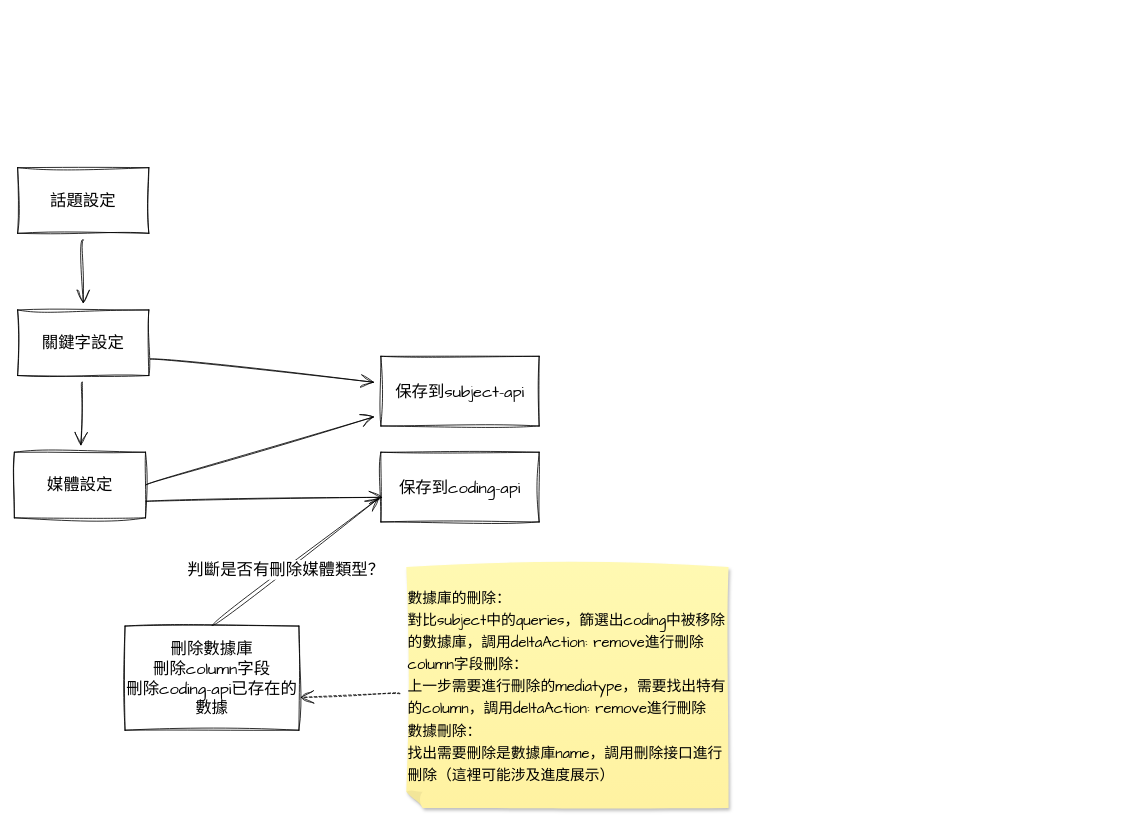
YaoKaiPeng/z-my-draw.io keeps this draw.io diagram as draw/DiVoMiner話題設定流程.drawio. Above is the earlier version. Source tidied: cells renumbered, new cells numbered last; positions are measured from the earlier drawing's top-left corner, leaving out a move shared by most shapes. Both pictures are drawn from the tidied source at 82%, with x=0, y=0 at pixel (14, 167).
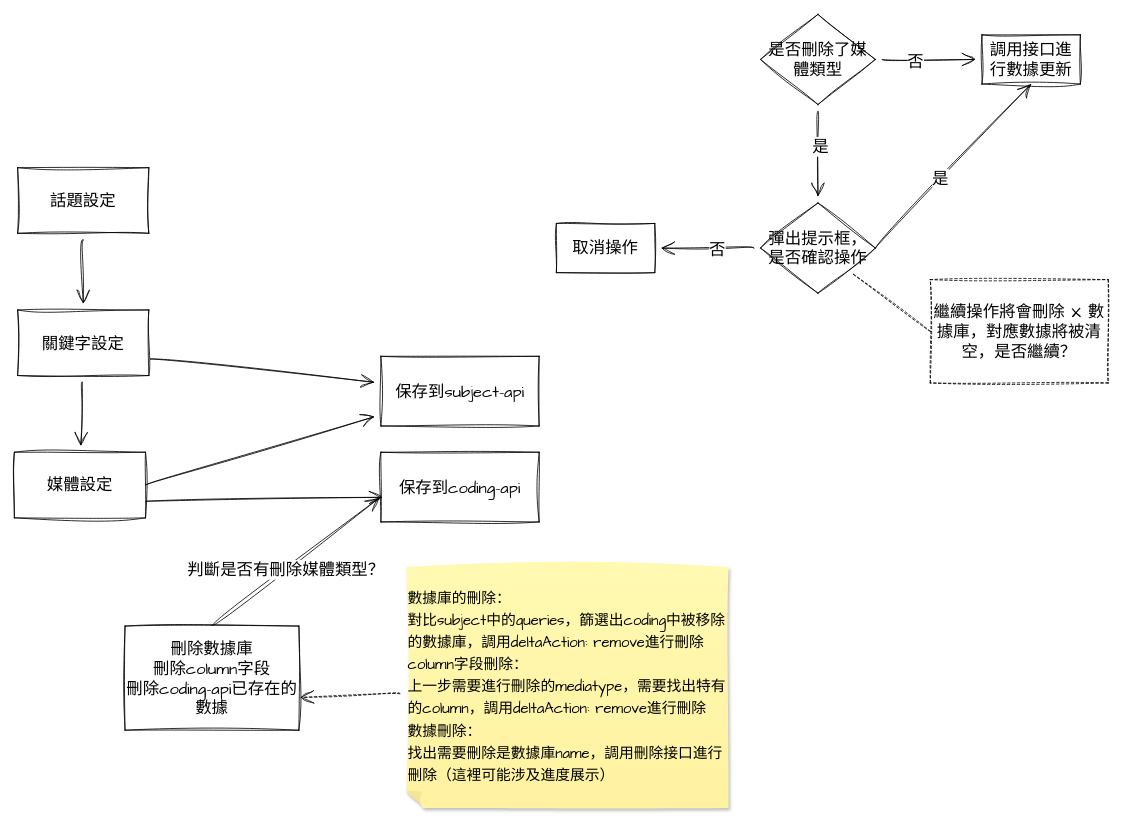
Above is the later version.

Commit message:
更新DiVoMiner話題設定流程.drawio

The edit, as a diff of the source:
```diff
@@
+    <mxCell id="17" style="edgeStyle=none;curved=1;rounded=0;sketch=1;hachureGap=4;jiggle=2;curveFitting=1;jettySize=auto;html=1;fontFamily=Architects Daughter;fontSize=16;endArrow=open;startSize=14;endSize=14;sourcePerimeterSpacing=8;targetPerimeterSpacing=8;" parent="1" edge="1" source="21" target="22">
+      <mxGeometry relative="1" as="geometry" />
+    </mxCell>
+    <mxCell id="18" value="否" style="edgeLabel;html=1;align=center;verticalAlign=middle;fontSize=20;fontFamily=Architects Daughter;" parent="17" vertex="1">
+      <mxGeometry x="-0.3" y="-2" relative="1" as="geometry" />
+    </mxCell>
+    <mxCell id="19" style="edgeStyle=none;curved=1;rounded=0;sketch=1;hachureGap=4;jiggle=2;curveFitting=1;jettySize=auto;html=1;fontFamily=Architects Daughter;fontSize=16;endArrow=open;startSize=14;endSize=14;sourcePerimeterSpacing=8;targetPerimeterSpacing=8;" parent="1" edge="1" source="21" target="27">
+      <mxGeometry relative="1" as="geometry" />
+    </mxCell>
+    <mxCell id="20" value="是" style="edgeLabel;html=1;align=center;verticalAlign=middle;fontSize=20;fontFamily=Architects Daughter;" parent="19" vertex="1">
+      <mxGeometry x="-0.19" y="2" relative="1" as="geometry" />
+    </mxCell>
+    <mxCell id="21" value="是否刪除了媒體類型" style="rhombus;whiteSpace=wrap;html=1;sketch=1;hachureGap=4;jiggle=2;curveFitting=1;fontFamily=Architects Daughter;fontSize=20;" parent="1" vertex="1">
+      <mxGeometry x="910" y="-187" width="140" height="110" as="geometry" />
+    </mxCell>
+    <mxCell id="22" value="調用接口進行數據更新" style="whiteSpace=wrap;html=1;fontSize=20;fontFamily=Architects Daughter;sketch=1;hachureGap=4;jiggle=2;curveFitting=1;" parent="1" vertex="1">
+      <mxGeometry x="1180" y="-162" width="120" height="60" as="geometry" />
+    </mxCell>
+    <mxCell id="23" style="edgeStyle=none;curved=1;rounded=0;sketch=1;hachureGap=4;jiggle=2;curveFitting=1;jettySize=auto;html=1;exitX=1;exitY=0.5;exitDx=0;exitDy=0;entryX=0.5;entryY=1;entryDx=0;entryDy=0;fontFamily=Architects Daughter;fontSize=16;endArrow=open;startSize=14;endSize=14;sourcePerimeterSpacing=8;targetPerimeterSpacing=8;" parent="1" edge="1" source="27" target="22">
+      <mxGeometry relative="1" as="geometry" />
+    </mxCell>
+    <mxCell id="24" value="是" style="edgeLabel;html=1;align=center;verticalAlign=middle;fontSize=20;fontFamily=Architects Daughter;" parent="23" vertex="1">
+      <mxGeometry x="-0.16" y="2" relative="1" as="geometry" />
+    </mxCell>
+    <mxCell id="25" style="edgeStyle=none;curved=1;rounded=0;sketch=1;hachureGap=4;jiggle=2;curveFitting=1;jettySize=auto;html=1;fontFamily=Architects Daughter;fontSize=16;endArrow=open;startSize=14;endSize=14;sourcePerimeterSpacing=8;targetPerimeterSpacing=8;" parent="1" edge="1" source="27" target="28">
+      <mxGeometry relative="1" as="geometry" />
+    </mxCell>
+    <mxCell id="26" value="否" style="edgeLabel;html=1;align=center;verticalAlign=middle;fontSize=20;fontFamily=Architects Daughter;" parent="25" vertex="1">
+      <mxGeometry x="-0.19" y="1" relative="1" as="geometry" />
+    </mxCell>
+    <mxCell id="27" value="彈出提示框，是否確認操作" style="rhombus;whiteSpace=wrap;html=1;sketch=1;hachureGap=4;jiggle=2;curveFitting=1;fontFamily=Architects Daughter;fontSize=20;" parent="1" vertex="1">
+      <mxGeometry x="910" y="43" width="140" height="110" as="geometry" />
+    </mxCell>
+    <mxCell id="28" value="取消操作" style="whiteSpace=wrap;html=1;fontSize=20;fontFamily=Architects Daughter;sketch=1;hachureGap=4;jiggle=2;curveFitting=1;" parent="1" vertex="1">
+      <mxGeometry x="661" y="68" width="120" height="60" as="geometry" />
+    </mxCell>
+    <mxCell id="29" style="edgeStyle=none;curved=1;rounded=0;sketch=1;hachureGap=4;jiggle=2;curveFitting=1;jettySize=auto;html=1;exitX=0;exitY=0.5;exitDx=0;exitDy=0;fontFamily=Architects Daughter;fontSize=16;endArrow=none;startSize=14;endSize=14;sourcePerimeterSpacing=8;targetPerimeterSpacing=8;dashed=1;endFill=0;" parent="1" edge="1" source="30" target="27">
+      <mxGeometry relative="1" as="geometry" />
+    </mxCell>
+    <mxCell id="30" value="繼續操作將會刪除 X 數據庫，對應數據將被清空，是否繼續？" style="rounded=0;whiteSpace=wrap;html=1;sketch=1;hachureGap=4;jiggle=2;curveFitting=1;fontFamily=Architects Daughter;fontSize=20;dashed=1;" parent="1" vertex="1">
+      <mxGeometry x="1117" y="136.5" width="217" height="126" as="geometry" />
+    </mxCell>
```
